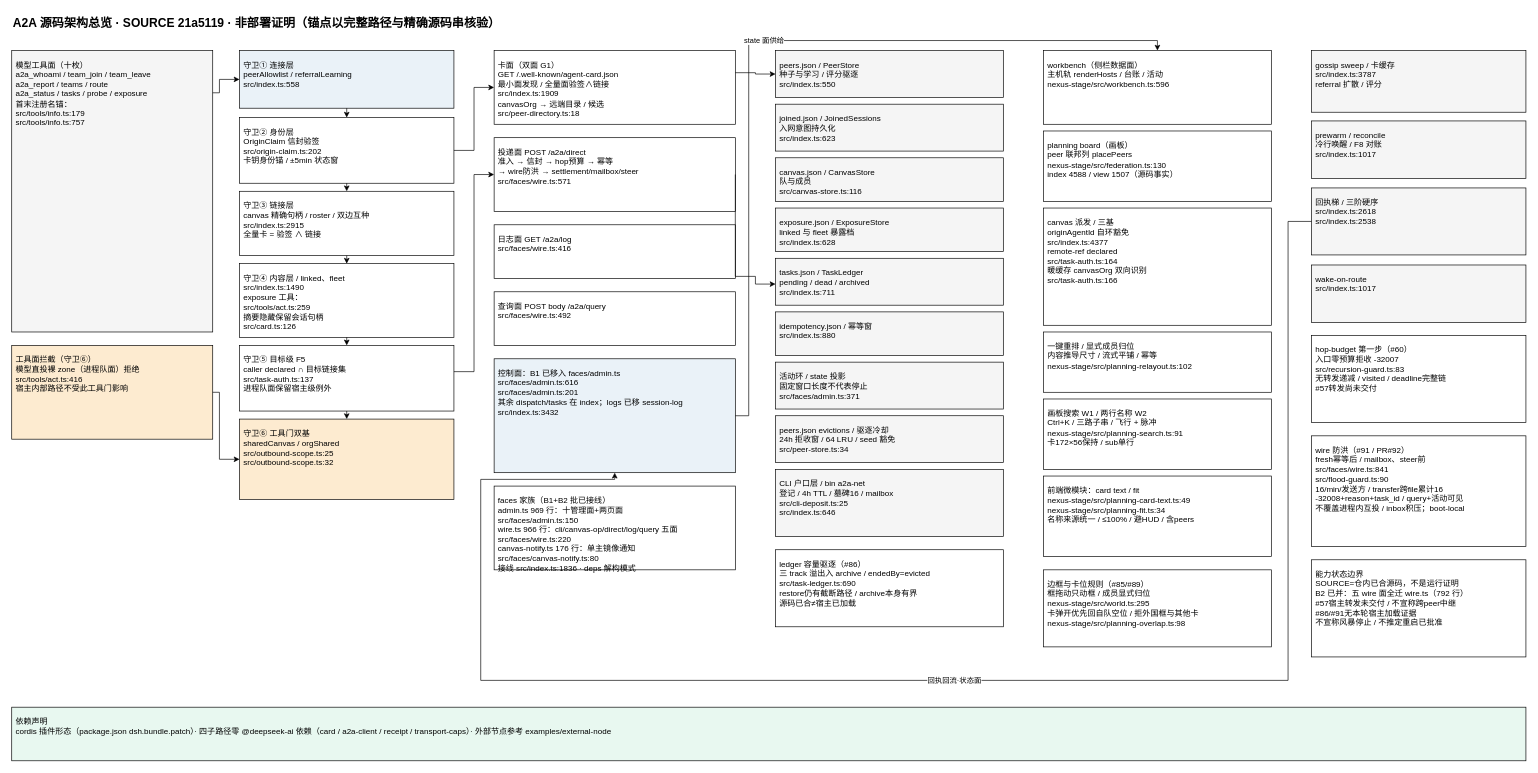
Earlier version of the draw.io diagram page "系统架构总览" (1 of 2) of docs/arch/a2a-architecture.drawio (NelsonLongxiang/dsh-open-a2a-net). Source tidied: cells renumbered, new cells numbered last; positions are measured from the earlier drawing's top-left corner, leaving out a move shared by most shapes. Both pictures are drawn from the tidied source at 67%, with x=0, y=0 at pixel (11, 11).
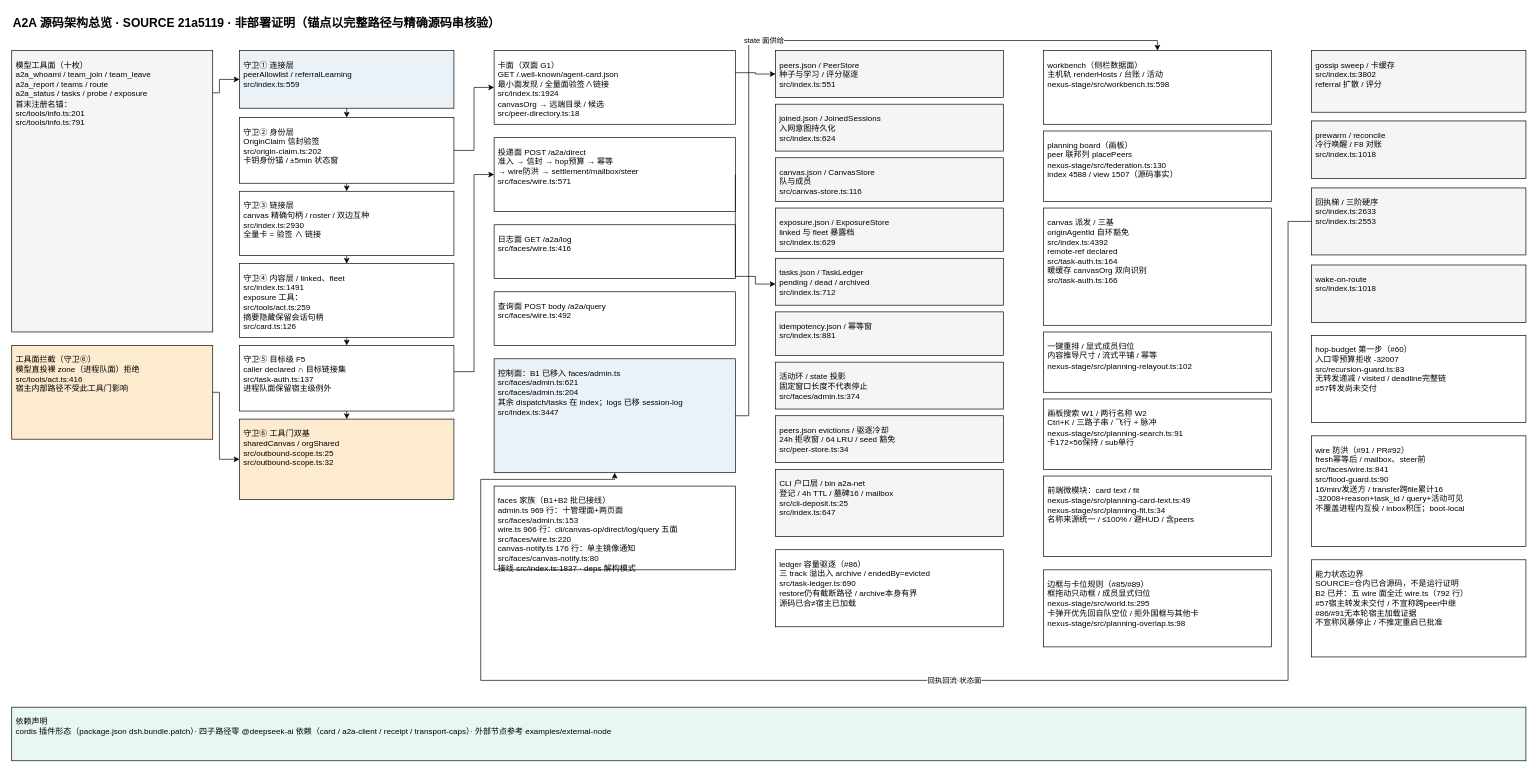
Above is the later version.

What changed in the source:
```diff
@@
-    <mxCell id="3" value="模型工具面（十枚）&#10;a2a_whoami / team_join / team_leave&#10;a2a_report / teams / route&#10;a2a_status / tasks / probe / exposure&#10;首末注册名锚：&#10;src/tools/info.ts:179&#10;src/tools/info.ts:757" style="rounded=0;whiteSpace=wrap;html=1;fontSize=12;fontColor=#000000;fillColor=#F5F5F5;strokeColor=#000000;align=left;verticalAlign=top;spacing=6;spacingTop=4;" parent="1" vertex="1">
+    <mxCell id="3" value="模型工具面（十枚）&#10;a2a_whoami / team_join / team_leave&#10;a2a_report / teams / route&#10;a2a_status / tasks / probe / exposure&#10;首末注册名锚：&#10;src/tools/info.ts:201&#10;src/tools/info.ts:791" style="rounded=0;whiteSpace=wrap;html=1;fontSize=12;fontColor=#000000;fillColor=#F5F5F5;strokeColor=#000000;align=left;verticalAlign=top;spacing=6;spacingTop=4;" parent="1" vertex="1">
       <mxGeometry y="58" width="300" height="420" as="geometry" />
     </mxCell>
@@
-    <mxCell id="5" value="守卫① 连接层&#10;peerAllowlist / referralLearning&#10;src/index.ts:558" style="rounded=0;whiteSpace=wrap;html=1;fontSize=12;fontColor=#000000;fillColor=#EAF2F8;strokeColor=#000000;align=left;verticalAlign=top;spacing=6;spacingTop=4;" parent="1" vertex="1">
+    <mxCell id="5" value="守卫① 连接层&#10;peerAllowlist / referralLearning&#10;src/index.ts:559" style="rounded=0;whiteSpace=wrap;html=1;fontSize=12;fontColor=#000000;fillColor=#EAF2F8;strokeColor=#000000;align=left;verticalAlign=top;spacing=6;spacingTop=4;" parent="1" vertex="1">
       <mxGeometry x="340" y="58" width="320" height="86" as="geometry" />
     </mxCell>
@@
-    <mxCell id="7" value="守卫③ 链接层&#10;canvas 精确句柄 / roster / 双边互种&#10;src/index.ts:2915&#10;全量卡 = 验签 ∧ 链接" style="rounded=0;whiteSpace=wrap;html=1;fontSize=12;fontColor=#000000;fillColor=#FFFFFF;strokeColor=#000000;align=left;verticalAlign=top;spacing=6;spacingTop=4;" parent="1" vertex="1">
+    <mxCell id="7" value="守卫③ 链接层&#10;canvas 精确句柄 / roster / 双边互种&#10;src/index.ts:2930&#10;全量卡 = 验签 ∧ 链接" style="rounded=0;whiteSpace=wrap;html=1;fontSize=12;fontColor=#000000;fillColor=#FFFFFF;strokeColor=#000000;align=left;verticalAlign=top;spacing=6;spacingTop=4;" parent="1" vertex="1">
       <mxGeometry x="340" y="268" width="320" height="96" as="geometry" />
     </mxCell>
-    <mxCell id="8" value="守卫④ 内容层 / linked、fleet&#10;src/index.ts:1490&#10;exposure 工具：&#10;src/tools/act.ts:259&#10;摘要隐藏保留会话句柄&#10;src/card.ts:126" style="rounded=0;whiteSpace=wrap;html=1;fontSize=12;fontColor=#000000;fillColor=#FFFFFF;strokeColor=#000000;align=left;verticalAlign=top;spacing=6;spacingTop=4;" parent="1" vertex="1">
+    <mxCell id="8" value="守卫④ 内容层 / linked、fleet&#10;src/index.ts:1491&#10;exposure 工具：&#10;src/tools/act.ts:259&#10;摘要隐藏保留会话句柄&#10;src/card.ts:126" style="rounded=0;whiteSpace=wrap;html=1;fontSize=12;fontColor=#000000;fillColor=#FFFFFF;strokeColor=#000000;align=left;verticalAlign=top;spacing=6;spacingTop=4;" parent="1" vertex="1">
       <mxGeometry x="340" y="376" width="320" height="110" as="geometry" />
     </mxCell>
@@
-    <mxCell id="11" value="卡面（双面 G1）&#10;GET /.well-known/agent-card.json&#10;最小面发现 / 全量面验签∧链接&#10;src/index.ts:1909&#10;canvasOrg → 远端目录 / 候选&#10;src/peer-directory.ts:18" style="rounded=0;whiteSpace=wrap;html=1;fontSize=12;fontColor=#000000;fillColor=#FFFFFF;strokeColor=#000000;align=left;verticalAlign=top;spacing=6;spacingTop=4;" parent="1" vertex="1">
+    <mxCell id="11" value="卡面（双面 G1）&#10;GET /.well-known/agent-card.json&#10;最小面发现 / 全量面验签∧链接&#10;src/index.ts:1924&#10;canvasOrg → 远端目录 / 候选&#10;src/peer-directory.ts:18" style="rounded=0;whiteSpace=wrap;html=1;fontSize=12;fontColor=#000000;fillColor=#FFFFFF;strokeColor=#000000;align=left;verticalAlign=top;spacing=6;spacingTop=4;" parent="1" vertex="1">
       <mxGeometry x="720" y="58" width="360" height="110" as="geometry" />
     </mxCell>
@@
-    <mxCell id="15" value="控制面：B1 已移入 faces/admin.ts&#10;src/faces/admin.ts:616&#10;src/faces/admin.ts:201&#10;其余 dispatch/tasks 在 index；logs 已移 session-log&#10;src/index.ts:3432" style="rounded=0;whiteSpace=wrap;html=1;fontSize=12;fontColor=#000000;fillColor=#EAF2F8;strokeColor=#000000;align=left;verticalAlign=top;spacing=6;spacingTop=4;" parent="1" vertex="1">
+    <mxCell id="15" value="控制面：B1 已移入 faces/admin.ts&#10;src/faces/admin.ts:621&#10;src/faces/admin.ts:204&#10;其余 dispatch/tasks 在 index；logs 已移 session-log&#10;src/index.ts:3447" style="rounded=0;whiteSpace=wrap;html=1;fontSize=12;fontColor=#000000;fillColor=#EAF2F8;strokeColor=#000000;align=left;verticalAlign=top;spacing=6;spacingTop=4;" parent="1" vertex="1">
       <mxGeometry x="720" y="518" width="360" height="170" as="geometry" />
     </mxCell>
-    <mxCell id="16" value="peers.json / PeerStore&#10;种子与学习 / 评分驱逐&#10;src/index.ts:550" style="rounded=0;whiteSpace=wrap;html=1;fontSize=12;fontColor=#000000;fillColor=#F5F5F5;strokeColor=#000000;align=left;verticalAlign=top;spacing=6;spacingTop=4;" parent="1" vertex="1">
+    <mxCell id="16" value="peers.json / PeerStore&#10;种子与学习 / 评分驱逐&#10;src/index.ts:551" style="rounded=0;whiteSpace=wrap;html=1;fontSize=12;fontColor=#000000;fillColor=#F5F5F5;strokeColor=#000000;align=left;verticalAlign=top;spacing=6;spacingTop=4;" parent="1" vertex="1">
       <mxGeometry x="1140" y="58" width="340" height="70" as="geometry" />
     </mxCell>
-    <mxCell id="17" value="joined.json / JoinedSessions&#10;入网意图持久化&#10;src/index.ts:623" style="rounded=0;whiteSpace=wrap;html=1;fontSize=12;fontColor=#000000;fillColor=#F5F5F5;strokeColor=#000000;align=left;verticalAlign=top;spacing=6;spacingTop=4;" parent="1" vertex="1">
+    <mxCell id="17" value="joined.json / JoinedSessions&#10;入网意图持久化&#10;src/index.ts:624" style="rounded=0;whiteSpace=wrap;html=1;fontSize=12;fontColor=#000000;fillColor=#F5F5F5;strokeColor=#000000;align=left;verticalAlign=top;spacing=6;spacingTop=4;" parent="1" vertex="1">
       <mxGeometry x="1140" y="138" width="340" height="70" as="geometry" />
     </mxCell>
@@
-    <mxCell id="19" value="exposure.json / ExposureStore&#10;linked 与 fleet 暴露档&#10;src/index.ts:628" style="rounded=0;whiteSpace=wrap;html=1;fontSize=12;fontColor=#000000;fillColor=#F5F5F5;strokeColor=#000000;align=left;verticalAlign=top;spacing=6;spacingTop=4;" parent="1" vertex="1">
+    <mxCell id="19" value="exposure.json / ExposureStore&#10;linked 与 fleet 暴露档&#10;src/index.ts:629" style="rounded=0;whiteSpace=wrap;html=1;fontSize=12;fontColor=#000000;fillColor=#F5F5F5;strokeColor=#000000;align=left;verticalAlign=top;spacing=6;spacingTop=4;" parent="1" vertex="1">
       <mxGeometry x="1140" y="293" width="340" height="65" as="geometry" />
     </mxCell>
-    <mxCell id="20" value="tasks.json / TaskLedger&#10;pending / dead / archived&#10;src/index.ts:711" style="rounded=0;whiteSpace=wrap;html=1;fontSize=12;fontColor=#000000;fillColor=#F5F5F5;strokeColor=#000000;align=left;verticalAlign=top;spacing=6;spacingTop=4;" parent="1" vertex="1">
+    <mxCell id="20" value="tasks.json / TaskLedger&#10;pending / dead / archived&#10;src/index.ts:712" style="rounded=0;whiteSpace=wrap;html=1;fontSize=12;fontColor=#000000;fillColor=#F5F5F5;strokeColor=#000000;align=left;verticalAlign=top;spacing=6;spacingTop=4;" parent="1" vertex="1">
       <mxGeometry x="1140" y="368" width="340" height="70" as="geometry" />
     </mxCell>
-    <mxCell id="21" value="idempotency.json / 幂等窗&#10;src/index.ts:880" style="rounded=0;whiteSpace=wrap;html=1;fontSize=12;fontColor=#000000;fillColor=#F5F5F5;strokeColor=#000000;align=left;verticalAlign=top;spacing=6;spacingTop=4;" parent="1" vertex="1">
+    <mxCell id="21" value="idempotency.json / 幂等窗&#10;src/index.ts:881" style="rounded=0;whiteSpace=wrap;html=1;fontSize=12;fontColor=#000000;fillColor=#F5F5F5;strokeColor=#000000;align=left;verticalAlign=top;spacing=6;spacingTop=4;" parent="1" vertex="1">
       <mxGeometry x="1140" y="448" width="340" height="65" as="geometry" />
     </mxCell>
-    <mxCell id="22" value="活动环 / state 投影&#10;固定窗口长度不代表停止&#10;src/faces/admin.ts:371" style="rounded=0;whiteSpace=wrap;html=1;fontSize=12;fontColor=#000000;fillColor=#F5F5F5;strokeColor=#000000;align=left;verticalAlign=top;spacing=6;spacingTop=4;" parent="1" vertex="1">
+    <mxCell id="22" value="活动环 / state 投影&#10;固定窗口长度不代表停止&#10;src/faces/admin.ts:374" style="rounded=0;whiteSpace=wrap;html=1;fontSize=12;fontColor=#000000;fillColor=#F5F5F5;strokeColor=#000000;align=left;verticalAlign=top;spacing=6;spacingTop=4;" parent="1" vertex="1">
       <mxGeometry x="1140" y="523" width="340" height="70" as="geometry" />
     </mxCell>
-    <mxCell id="23" value="workbench（侧栏数据面）&#10;主机轨 renderHosts / 台账 / 活动&#10;nexus-stage/src/workbench.ts:596" style="rounded=0;whiteSpace=wrap;html=1;fontSize=12;fontColor=#000000;fillColor=#FFFFFF;strokeColor=#000000;align=left;verticalAlign=top;spacing=6;spacingTop=4;" parent="1" vertex="1">
+    <mxCell id="23" value="workbench（侧栏数据面）&#10;主机轨 renderHosts / 台账 / 活动&#10;nexus-stage/src/workbench.ts:598" style="rounded=0;whiteSpace=wrap;html=1;fontSize=12;fontColor=#000000;fillColor=#FFFFFF;strokeColor=#000000;align=left;verticalAlign=top;spacing=6;spacingTop=4;" parent="1" vertex="1">
       <mxGeometry x="1540" y="58" width="340" height="110" as="geometry" />
     </mxCell>
@@
-    <mxCell id="26" value="CLI 户口层 / bin a2a-net&#10;登记 / 4h TTL / 墓碑16 / mailbox&#10;src/cli-deposit.ts:25&#10;src/index.ts:646" style="rounded=0;whiteSpace=wrap;html=1;fontSize=12;fontColor=#000000;fillColor=#F5F5F5;strokeColor=#000000;align=left;verticalAlign=top;spacing=6;spacingTop=4;" parent="1" vertex="1">
+    <mxCell id="26" value="CLI 户口层 / bin a2a-net&#10;登记 / 4h TTL / 墓碑16 / mailbox&#10;src/cli-deposit.ts:25&#10;src/index.ts:647" style="rounded=0;whiteSpace=wrap;html=1;fontSize=12;fontColor=#000000;fillColor=#F5F5F5;strokeColor=#000000;align=left;verticalAlign=top;spacing=6;spacingTop=4;" parent="1" vertex="1">
       <mxGeometry x="1140" y="683" width="340" height="100" as="geometry" />
     </mxCell>
-    <mxCell id="27" value="canvas 派发 / 三基&#10;originAgentId 自环豁免&#10;src/index.ts:4377&#10;remote-ref declared&#10;src/task-auth.ts:164&#10;暖缓存 canvasOrg 双向识别&#10;src/task-auth.ts:166" style="rounded=0;whiteSpace=wrap;html=1;fontSize=12;fontColor=#000000;fillColor=#FFFFFF;strokeColor=#000000;align=left;verticalAlign=top;spacing=6;spacingTop=4;" parent="1" vertex="1">
+    <mxCell id="27" value="canvas 派发 / 三基&#10;originAgentId 自环豁免&#10;src/index.ts:4392&#10;remote-ref declared&#10;src/task-auth.ts:164&#10;暖缓存 canvasOrg 双向识别&#10;src/task-auth.ts:166" style="rounded=0;whiteSpace=wrap;html=1;fontSize=12;fontColor=#000000;fillColor=#FFFFFF;strokeColor=#000000;align=left;verticalAlign=top;spacing=6;spacingTop=4;" parent="1" vertex="1">
       <mxGeometry x="1540" y="293" width="340" height="175" as="geometry" />
     </mxCell>
@@
-    <mxCell id="30" value="gossip sweep / 卡缓存&#10;src/index.ts:3787&#10;referral 扩散 / 评分" style="rounded=0;whiteSpace=wrap;html=1;fontSize=12;fontColor=#000000;fillColor=#F5F5F5;strokeColor=#000000;align=left;verticalAlign=top;spacing=6;spacingTop=4;" parent="1" vertex="1">
+    <mxCell id="30" value="gossip sweep / 卡缓存&#10;src/index.ts:3802&#10;referral 扩散 / 评分" style="rounded=0;whiteSpace=wrap;html=1;fontSize=12;fontColor=#000000;fillColor=#F5F5F5;strokeColor=#000000;align=left;verticalAlign=top;spacing=6;spacingTop=4;" parent="1" vertex="1">
       <mxGeometry x="1940" y="58" width="320" height="92" as="geometry" />
     </mxCell>
-    <mxCell id="31" value="prewarm / reconcile&#10;冷行唤醒 / F8 对账&#10;src/index.ts:1017" style="rounded=0;whiteSpace=wrap;html=1;fontSize=12;fontColor=#000000;fillColor=#F5F5F5;strokeColor=#000000;align=left;verticalAlign=top;spacing=6;spacingTop=4;" parent="1" vertex="1">
+    <mxCell id="31" value="prewarm / reconcile&#10;冷行唤醒 / F8 对账&#10;src/index.ts:1018" style="rounded=0;whiteSpace=wrap;html=1;fontSize=12;fontColor=#000000;fillColor=#F5F5F5;strokeColor=#000000;align=left;verticalAlign=top;spacing=6;spacingTop=4;" parent="1" vertex="1">
       <mxGeometry x="1940" y="163" width="320" height="86" as="geometry" />
     </mxCell>
-    <mxCell id="32" value="回执梯 / 三阶硬序&#10;src/index.ts:2618&#10;src/index.ts:2538" style="rounded=0;whiteSpace=wrap;html=1;fontSize=12;fontColor=#000000;fillColor=#F5F5F5;strokeColor=#000000;align=left;verticalAlign=top;spacing=6;spacingTop=4;" parent="1" vertex="1">
+    <mxCell id="32" value="回执梯 / 三阶硬序&#10;src/index.ts:2633&#10;src/index.ts:2553" style="rounded=0;whiteSpace=wrap;html=1;fontSize=12;fontColor=#000000;fillColor=#F5F5F5;strokeColor=#000000;align=left;verticalAlign=top;spacing=6;spacingTop=4;" parent="1" vertex="1">
       <mxGeometry x="1940" y="263" width="320" height="100" as="geometry" />
     </mxCell>
-    <mxCell id="33" value="wake-on-route&#10;src/index.ts:1017" style="rounded=0;whiteSpace=wrap;html=1;fontSize=12;fontColor=#000000;fillColor=#F5F5F5;strokeColor=#000000;align=left;verticalAlign=top;spacing=6;spacingTop=4;" parent="1" vertex="1">
+    <mxCell id="33" value="wake-on-route&#10;src/index.ts:1018" style="rounded=0;whiteSpace=wrap;html=1;fontSize=12;fontColor=#000000;fillColor=#F5F5F5;strokeColor=#000000;align=left;verticalAlign=top;spacing=6;spacingTop=4;" parent="1" vertex="1">
       <mxGeometry x="1940" y="378" width="320" height="86" as="geometry" />
     </mxCell>
@@
-    <mxCell id="35" value="faces 家族（B1+B2 批已接线）&#10;admin.ts 969 行：十管理面+两页面&#10;src/faces/admin.ts:150&#10;wire.ts 966 行：cli/canvas-op/direct/log/query 五面&#10;src/faces/wire.ts:220&#10;canvas-notify.ts 176 行：单主镜像通知&#10;src/faces/canvas-notify.ts:80&#10;接线 src/index.ts:1836 · deps 解构模式" style="rounded=0;whiteSpace=wrap;html=1;fontSize=12;fontColor=#000000;fillColor=#FFFFFF;strokeColor=#000000;align=left;verticalAlign=top;spacing=6;spacingTop=4;" parent="1" vertex="1">
+    <mxCell id="35" value="faces 家族（B1+B2 批已接线）&#10;admin.ts 969 行：十管理面+两页面&#10;src/faces/admin.ts:153&#10;wire.ts 966 行：cli/canvas-op/direct/log/query 五面&#10;src/faces/wire.ts:220&#10;canvas-notify.ts 176 行：单主镜像通知&#10;src/faces/canvas-notify.ts:80&#10;接线 src/index.ts:1837 · deps 解构模式" style="rounded=0;whiteSpace=wrap;html=1;fontSize=12;fontColor=#000000;fillColor=#FFFFFF;strokeColor=#000000;align=left;verticalAlign=top;spacing=6;spacingTop=4;" parent="1" vertex="1">
       <mxGeometry x="720" y="708" width="360" height="125" as="geometry" />
     </mxCell>
```
